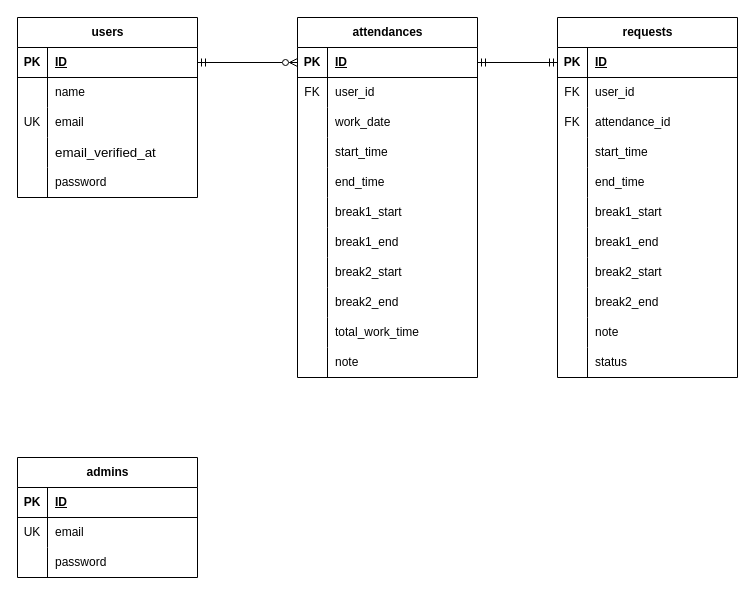
Before: src/docs/er-diagram.drawio in YAMADAMASAYUKI516/mock-project2, a draw.io diagram. Source tidied: cells renumbered, new cells numbered last; positions are measured from the earlier drawing's top-left corner, leaving out a move shared by most shapes. Both pictures are drawn from the tidied source at 100%, with x=0, y=0 at pixel (17, 17).
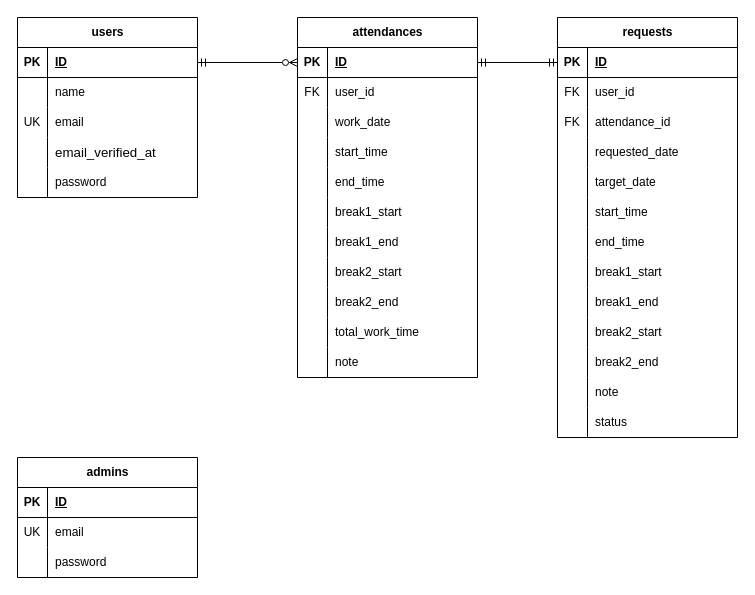
The same page after the edit.

Change to the diagram source:
```diff
@@
     <mxCell id="64" value="requests" style="shape=table;startSize=30;childLayout=tableLayout;rowLines=0;fontStyle=1;align=center;html=1;" parent="1" vertex="1">
-      <mxGeometry x="540" width="180" height="360" as="geometry" />
+      <mxGeometry x="540" width="180" height="420" as="geometry" />
     </mxCell>
@@
+    <mxCell id="98" style="shape=tableRow;horizontal=0;startSize=0;swimlaneHead=0;swimlaneBody=0;fillColor=none;top=0;left=0;right=0;bottom=0;" parent="64" vertex="1">
+      <mxGeometry y="120" width="180" height="30" as="geometry" />
+    </mxCell>
+    <mxCell id="99" style="shape=partialRectangle;fillColor=none;top=0;left=0;bottom=0;right=0;overflow=hidden;whiteSpace=wrap;html=1;" parent="98" vertex="1">
+      <mxGeometry width="30" height="30" as="geometry" />
+    </mxCell>
+    <mxCell id="100" value="requested_date" style="shape=partialRectangle;fillColor=none;top=0;left=0;bottom=0;right=0;align=left;spacingLeft=6;overflow=hidden;whiteSpace=wrap;html=1;" parent="98" vertex="1">
+      <mxGeometry x="30" width="150" height="30" as="geometry" />
+    </mxCell>
+    <mxCell id="101" style="shape=tableRow;horizontal=0;startSize=0;swimlaneHead=0;swimlaneBody=0;fillColor=none;top=0;left=0;right=0;bottom=0;" parent="64" vertex="1">
+      <mxGeometry y="150" width="180" height="30" as="geometry" />
+    </mxCell>
+    <mxCell id="102" style="shape=partialRectangle;fillColor=none;top=0;left=0;bottom=0;right=0;overflow=hidden;whiteSpace=wrap;html=1;" parent="101" vertex="1">
+      <mxGeometry width="30" height="30" as="geometry" />
+    </mxCell>
+    <mxCell id="103" value="target_date" style="shape=partialRectangle;fillColor=none;top=0;left=0;bottom=0;right=0;align=left;spacingLeft=6;overflow=hidden;whiteSpace=wrap;html=1;" parent="101" vertex="1">
+      <mxGeometry x="30" width="150" height="30" as="geometry" />
+    </mxCell>
     <mxCell id="74" style="shape=tableRow;horizontal=0;startSize=0;swimlaneHead=0;swimlaneBody=0;fillColor=none;top=0;left=0;right=0;bottom=0;" parent="64" vertex="1">
-      <mxGeometry y="120" width="180" height="30" as="geometry" />
+      <mxGeometry y="180" width="180" height="30" as="geometry" />
     </mxCell>
@@
     <mxCell id="77" style="shape=tableRow;horizontal=0;startSize=0;swimlaneHead=0;swimlaneBody=0;fillColor=none;top=0;left=0;right=0;bottom=0;" parent="64" vertex="1">
-      <mxGeometry y="150" width="180" height="30" as="geometry" />
+      <mxGeometry y="210" width="180" height="30" as="geometry" />
     </mxCell>
@@
     <mxCell id="80" style="shape=tableRow;horizontal=0;startSize=0;swimlaneHead=0;swimlaneBody=0;fillColor=none;top=0;left=0;right=0;bottom=0;" parent="64" vertex="1">
-      <mxGeometry y="180" width="180" height="30" as="geometry" />
+      <mxGeometry y="240" width="180" height="30" as="geometry" />
     </mxCell>
@@
     <mxCell id="83" style="shape=tableRow;horizontal=0;startSize=0;swimlaneHead=0;swimlaneBody=0;fillColor=none;top=0;left=0;right=0;bottom=0;" parent="64" vertex="1">
-      <mxGeometry y="210" width="180" height="30" as="geometry" />
+      <mxGeometry y="270" width="180" height="30" as="geometry" />
     </mxCell>
@@
     <mxCell id="86" style="shape=tableRow;horizontal=0;startSize=0;swimlaneHead=0;swimlaneBody=0;fillColor=none;top=0;left=0;right=0;bottom=0;" parent="64" vertex="1">
-      <mxGeometry y="240" width="180" height="30" as="geometry" />
+      <mxGeometry y="300" width="180" height="30" as="geometry" />
     </mxCell>
@@
     <mxCell id="89" style="shape=tableRow;horizontal=0;startSize=0;swimlaneHead=0;swimlaneBody=0;fillColor=none;top=0;left=0;right=0;bottom=0;" parent="64" vertex="1">
-      <mxGeometry y="270" width="180" height="30" as="geometry" />
+      <mxGeometry y="330" width="180" height="30" as="geometry" />
     </mxCell>
@@
     <mxCell id="92" style="shape=tableRow;horizontal=0;startSize=0;swimlaneHead=0;swimlaneBody=0;fillColor=none;top=0;left=0;right=0;bottom=0;" parent="64" vertex="1">
-      <mxGeometry y="300" width="180" height="30" as="geometry" />
+      <mxGeometry y="360" width="180" height="30" as="geometry" />
     </mxCell>
@@
     <mxCell id="95" style="shape=tableRow;horizontal=0;startSize=0;swimlaneHead=0;swimlaneBody=0;fillColor=none;top=0;left=0;right=0;bottom=0;" parent="64" vertex="1">
-      <mxGeometry y="330" width="180" height="30" as="geometry" />
+      <mxGeometry y="390" width="180" height="30" as="geometry" />
     </mxCell>
```
